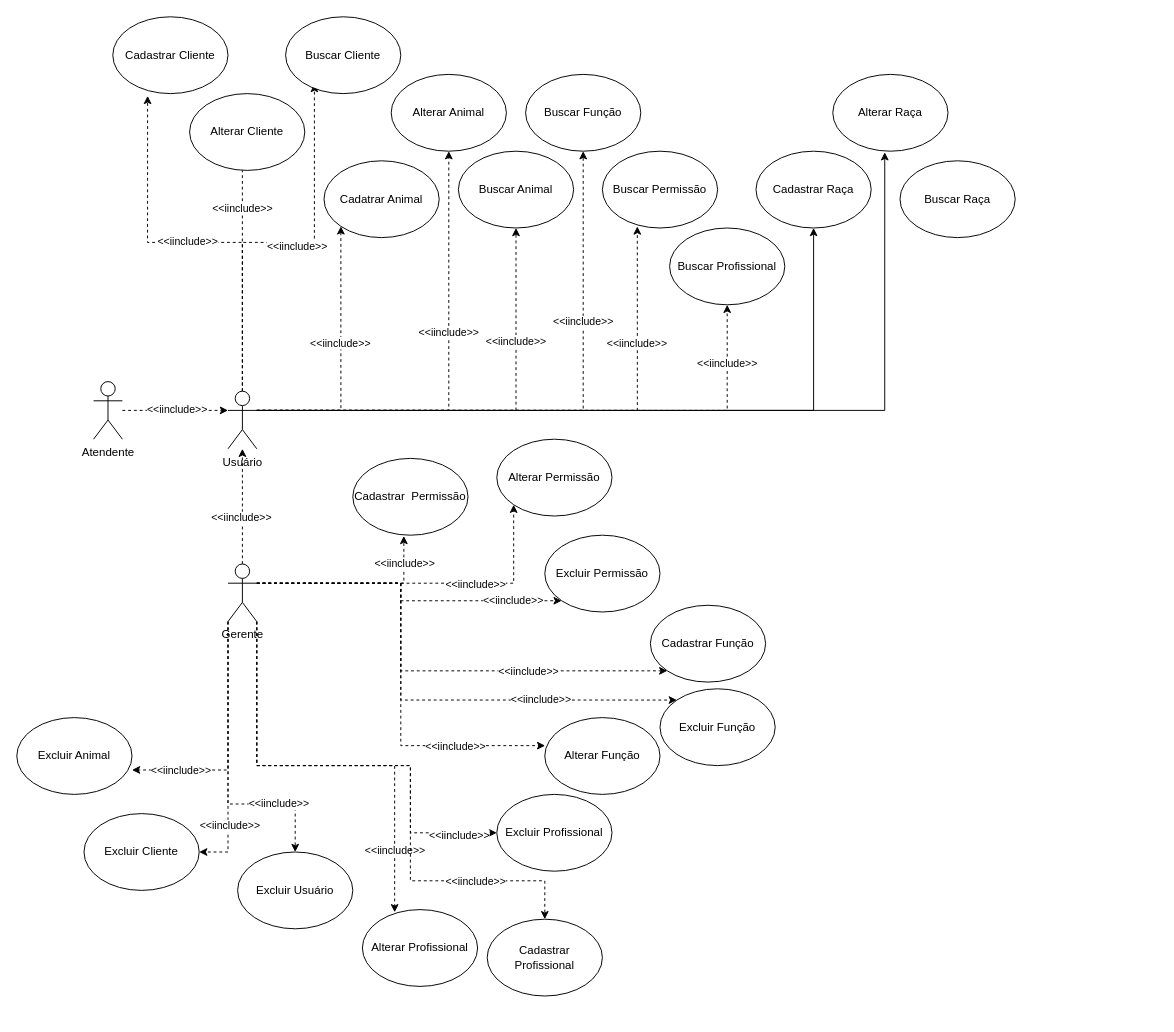
This is Diagrama sem nomeer.drawio from DimasMota/Teste, a draw.io file, before an edit. Source tidied: cells renumbered, new cells numbered last; positions are measured from the earlier drawing's top-left corner, leaving out a move shared by most shapes. Both pictures are drawn from the tidied source at 96%, with x=0, y=0 at pixel (16, 16).
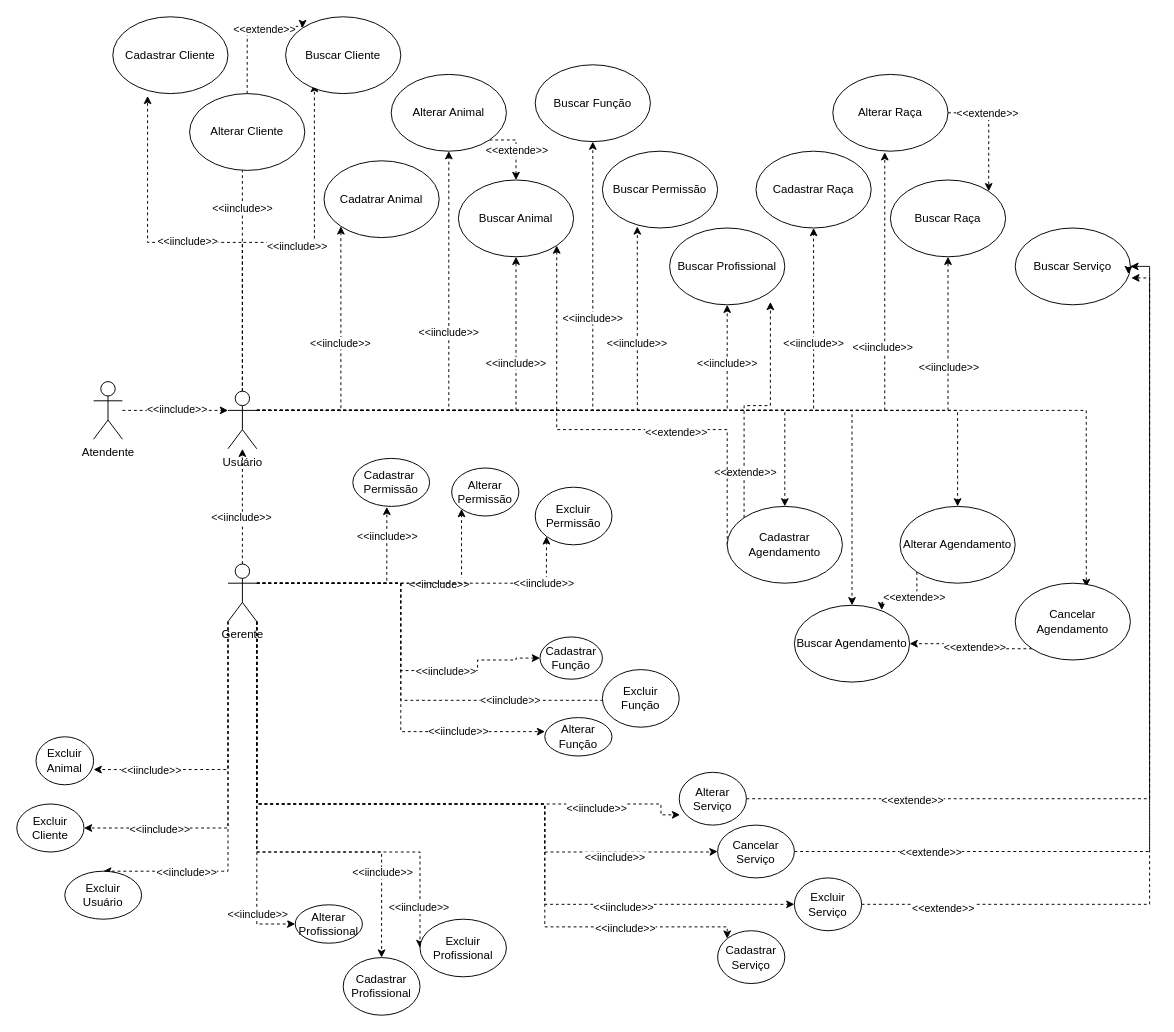
Above is the later version.

Unchanged cells that the change refers to:
```xml
<mxCell id="22" value="Usuário" style="shape=umlActor;verticalLabelPosition=bottom;verticalAlign=top;html=1;outlineConnect=0;" parent="1" vertex="1">
  <mxGeometry x="220" y="390" width="30" height="60" as="geometry" />
</mxCell>
<mxCell id="50" value="Gerente" style="shape=umlActor;verticalLabelPosition=bottom;verticalAlign=top;html=1;outlineConnect=0;" parent="1" vertex="1">
  <mxGeometry x="220" y="570" width="30" height="60" as="geometry" />
</mxCell>
<mxCell id="54" value="Alterar Cliente" style="ellipse;whiteSpace=wrap;html=1;" parent="1" vertex="1">
  <mxGeometry x="180" y="80" width="120" height="80" as="geometry" />
</mxCell>
<mxCell id="55" value="Buscar Cliente" style="ellipse;whiteSpace=wrap;html=1;" parent="1" vertex="1">
  <mxGeometry x="280" width="120" height="80" as="geometry" />
</mxCell>
<mxCell id="58" value="Alterar Animal" style="ellipse;whiteSpace=wrap;html=1;" parent="1" vertex="1">
  <mxGeometry x="390" y="60" width="120" height="80" as="geometry" />
</mxCell>
<mxCell id="72" value="Buscar Profissional" style="ellipse;whiteSpace=wrap;html=1;" parent="1" vertex="1">
  <mxGeometry x="680" y="220" width="120" height="80" as="geometry" />
</mxCell>
<mxCell id="74" value="Cadastrar Raça" style="ellipse;whiteSpace=wrap;html=1;" parent="1" vertex="1">
  <mxGeometry x="770" y="140" width="120" height="80" as="geometry" />
</mxCell>
<mxCell id="75" value="Alterar Raça" style="ellipse;whiteSpace=wrap;html=1;" parent="1" vertex="1">
  <mxGeometry x="850" y="60" width="120" height="80" as="geometry" />
</mxCell>
```

Diff of the diagram source:
```diff
@@
-    <mxCell id="20" style="edgeStyle=orthogonalEdgeStyle;rounded=0;jettySize=auto;html=1;exitX=1;exitY=0.3333333333333333;exitDx=0;exitDy=0;exitPerimeter=0;entryX=0.5;entryY=1;entryDx=0;entryDy=0;" parent="1" edge="1" source="22" target="74">
+    <mxCell id="20" style="edgeStyle=orthogonalEdgeStyle;rounded=0;jettySize=auto;html=1;exitX=1;exitY=0.3333333333333333;exitDx=0;exitDy=0;exitPerimeter=0;entryX=0.5;entryY=1;entryDx=0;entryDy=0;dashed=1;" parent="1" edge="1" source="22" target="74">
       <mxGeometry relative="1" as="geometry" />
     </mxCell>
+    <mxCell id="77" value="&amp;lt;&amp;lt;iinclude&amp;gt;&amp;gt;" style="edgeLabel;html=1;align=center;verticalAlign=middle;" parent="20" vertex="1">
+      <mxGeometry x="0.69" y="1" relative="1" as="geometry" />
+    </mxCell>
-    <mxCell id="21" style="edgeStyle=orthogonalEdgeStyle;rounded=0;jettySize=auto;html=1;exitX=1;exitY=0.3333333333333333;exitDx=0;exitDy=0;exitPerimeter=0;entryX=0.451;entryY=1.014;entryDx=0;entryDy=0;entryPerimeter=0;" parent="1" edge="1" source="22" target="75">
+    <mxCell id="21" style="edgeStyle=orthogonalEdgeStyle;rounded=0;jettySize=auto;html=1;exitX=1;exitY=0.3333333333333333;exitDx=0;exitDy=0;exitPerimeter=0;entryX=0.451;entryY=1.014;entryDx=0;entryDy=0;entryPerimeter=0;dashed=1;" parent="1" edge="1" source="22" target="75">
       <mxGeometry relative="1" as="geometry" />
     </mxCell>
+    <mxCell id="78" value="&amp;lt;&amp;lt;iinclude&amp;gt;&amp;gt;" style="edgeLabel;html=1;align=center;verticalAlign=middle;" parent="21" vertex="1">
+      <mxGeometry x="0.56" y="3" relative="1" as="geometry" />
+    </mxCell>
+    <mxCell id="79" style="edgeStyle=orthogonalEdgeStyle;rounded=0;jettySize=auto;html=1;exitX=1;exitY=0.3333333333333333;exitDx=0;exitDy=0;exitPerimeter=0;entryX=0.5;entryY=1;entryDx=0;entryDy=0;dashed=1;" parent="1" edge="1" source="22" target="76">
+      <mxGeometry relative="1" as="geometry" />
+    </mxCell>
+    <mxCell id="80" value="&amp;lt;&amp;lt;iinclude&amp;gt;&amp;gt;" style="edgeLabel;html=1;align=center;verticalAlign=middle;" parent="79" vertex="1">
+      <mxGeometry x="0.74" relative="1" as="geometry" />
+    </mxCell>
+    <mxCell id="81" style="edgeStyle=orthogonalEdgeStyle;rounded=0;jettySize=auto;html=1;exitX=1;exitY=0.3333333333333333;exitDx=0;exitDy=0;exitPerimeter=0;entryX=0.5;entryY=0;entryDx=0;entryDy=0;dashed=1;" parent="1" edge="1" source="22" target="104">
+      <mxGeometry relative="1" as="geometry" />
+    </mxCell>
+    <mxCell id="82" style="edgeStyle=orthogonalEdgeStyle;rounded=0;jettySize=auto;html=1;exitX=1;exitY=0.3333333333333333;exitDx=0;exitDy=0;exitPerimeter=0;entryX=0.5;entryY=0;entryDx=0;entryDy=0;dashed=1;" parent="1" edge="1" source="22" target="99">
+      <mxGeometry relative="1" as="geometry" />
+    </mxCell>
+    <mxCell id="83" style="edgeStyle=orthogonalEdgeStyle;rounded=0;jettySize=auto;html=1;exitX=1;exitY=0.3333333333333333;exitDx=0;exitDy=0;exitPerimeter=0;entryX=0.5;entryY=0;entryDx=0;entryDy=0;dashed=1;" parent="1" edge="1" source="22" target="107">
+      <mxGeometry relative="1" as="geometry" />
+    </mxCell>
+    <mxCell id="84" style="edgeStyle=orthogonalEdgeStyle;rounded=0;jettySize=auto;html=1;exitX=1;exitY=0.3333333333333333;exitDx=0;exitDy=0;exitPerimeter=0;entryX=0.617;entryY=0.05;entryDx=0;entryDy=0;entryPerimeter=0;dashed=1;" parent="1" edge="1" source="22" target="110">
+      <mxGeometry relative="1" as="geometry" />
+    </mxCell>
@@
     <mxCell id="28" style="edgeStyle=orthogonalEdgeStyle;rounded=0;jettySize=auto;html=1;exitX=0;exitY=1;exitDx=0;exitDy=0;exitPerimeter=0;entryX=0.5;entryY=0;entryDx=0;entryDy=0;dashed=1;" parent="1" edge="1" source="50" target="62">
       <mxGeometry relative="1" as="geometry">
         <Array as="points">
-          <mxPoint x="220" y="820" />
-          <mxPoint x="290" y="820" />
+          <mxPoint x="220" y="890" />
         </Array>
       </mxGeometry>
     </mxCell>
@@
-    <mxCell id="30" style="edgeStyle=orthogonalEdgeStyle;rounded=0;jettySize=auto;html=1;exitX=1;exitY=1;exitDx=0;exitDy=0;exitPerimeter=0;entryX=0.28;entryY=0.035;entryDx=0;entryDy=0;entryPerimeter=0;dashed=1;" parent="1" edge="1" source="50" target="71">
-      <mxGeometry relative="1" as="geometry" />
+    <mxCell id="30" style="edgeStyle=orthogonalEdgeStyle;rounded=0;jettySize=auto;html=1;exitX=1;exitY=1;exitDx=0;exitDy=0;exitPerimeter=0;entryX=0;entryY=0.5;entryDx=0;entryDy=0;dashed=1;" parent="1" edge="1" source="50" target="71">
+      <mxGeometry relative="1" as="geometry">
+        <Array as="points">
+          <mxPoint x="250" y="945" />
+        </Array>
+      </mxGeometry>
     </mxCell>
@@
     <mxCell id="32" style="edgeStyle=orthogonalEdgeStyle;rounded=0;jettySize=auto;html=1;exitX=1;exitY=1;exitDx=0;exitDy=0;exitPerimeter=0;dashed=1;entryX=0.5;entryY=0;entryDx=0;entryDy=0;" parent="1" edge="1" source="50" target="73">
       <mxGeometry relative="1" as="geometry">
         <Array as="points">
-          <mxPoint x="250" y="780" />
-          <mxPoint x="410" y="780" />
-          <mxPoint x="410" y="900" />
-          <mxPoint x="550" y="900" />
+          <mxPoint x="250" y="870" />
+          <mxPoint x="380" y="870" />
         </Array>
       </mxGeometry>
     </mxCell>
@@
     <mxCell id="34" style="edgeStyle=orthogonalEdgeStyle;rounded=0;jettySize=auto;html=1;exitX=1;exitY=1;exitDx=0;exitDy=0;exitPerimeter=0;entryX=0;entryY=0.5;entryDx=0;entryDy=0;dashed=1;" parent="1" edge="1" source="50" target="61">
       <mxGeometry relative="1" as="geometry">
         <Array as="points">
-          <mxPoint x="250" y="780" />
-          <mxPoint x="410" y="780" />
-          <mxPoint x="410" y="850" />
+          <mxPoint x="250" y="870" />
+          <mxPoint x="420" y="870" />
         </Array>
       </mxGeometry>
     </mxCell>
@@
-    <mxCell id="40" style="edgeStyle=orthogonalEdgeStyle;rounded=0;jettySize=auto;html=1;exitX=1;exitY=0.3333333333333333;exitDx=0;exitDy=0;exitPerimeter=0;entryX=0;entryY=1;entryDx=0;entryDy=0;dashed=1;" parent="1" edge="1" source="50" target="70">
+    <mxCell id="40" style="edgeStyle=orthogonalEdgeStyle;rounded=0;jettySize=auto;html=1;exitX=1;exitY=0.3333333333333333;exitDx=0;exitDy=0;exitPerimeter=0;entryX=0;entryY=0.5;entryDx=0;entryDy=0;dashed=1;" parent="1" edge="1" source="50" target="70">
       <mxGeometry relative="1" as="geometry">
         <Array as="points">
           <mxPoint x="400" y="590" />
           <mxPoint x="400" y="681" />
+          <mxPoint x="480" y="681" />
+          <mxPoint x="480" y="670" />
+          <mxPoint x="520" y="670" />
         </Array>
       </mxGeometry>
     </mxCell>
@@
+    <mxCell id="85" style="edgeStyle=orthogonalEdgeStyle;rounded=0;jettySize=auto;html=1;exitX=1;exitY=1;exitDx=0;exitDy=0;exitPerimeter=0;entryX=0;entryY=0;entryDx=0;entryDy=0;dashed=1;" parent="1" edge="1" source="50" target="111">
+      <mxGeometry relative="1" as="geometry">
+        <Array as="points">
+          <mxPoint x="250" y="820" />
+          <mxPoint x="550" y="820" />
+          <mxPoint x="550" y="948" />
+        </Array>
+      </mxGeometry>
+    </mxCell>
+    <mxCell id="86" value="&amp;lt;&amp;lt;iinclude&amp;gt;&amp;gt;" style="edgeLabel;html=1;align=center;verticalAlign=middle;" parent="85" vertex="1">
+      <mxGeometry x="0.71" y="-1" relative="1" as="geometry" />
+    </mxCell>
+    <mxCell id="87" style="edgeStyle=orthogonalEdgeStyle;rounded=0;jettySize=auto;html=1;exitX=1;exitY=1;exitDx=0;exitDy=0;exitPerimeter=0;entryX=0.013;entryY=0.805;entryDx=0;entryDy=0;entryPerimeter=0;dashed=1;" parent="1" edge="1" source="50" target="115">
+      <mxGeometry relative="1" as="geometry">
+        <Array as="points">
+          <mxPoint x="250" y="820" />
+          <mxPoint x="671" y="820" />
+        </Array>
+      </mxGeometry>
+    </mxCell>
+    <mxCell id="88" value="&amp;lt;&amp;lt;iinclude&amp;gt;&amp;gt;" style="edgeLabel;html=1;align=center;verticalAlign=middle;" parent="87" vertex="1">
+      <mxGeometry x="0.69" y="-4" relative="1" as="geometry" />
+    </mxCell>
+    <mxCell id="89" style="edgeStyle=orthogonalEdgeStyle;rounded=0;jettySize=auto;html=1;exitX=1;exitY=1;exitDx=0;exitDy=0;exitPerimeter=0;entryX=0;entryY=0.5;entryDx=0;entryDy=0;dashed=1;" parent="1" edge="1" source="50" target="121">
+      <mxGeometry relative="1" as="geometry">
+        <Array as="points">
+          <mxPoint x="250" y="820" />
+          <mxPoint x="550" y="820" />
+          <mxPoint x="550" y="870" />
+          <mxPoint x="720" y="870" />
+        </Array>
+      </mxGeometry>
+    </mxCell>
+    <mxCell id="90" value="&amp;lt;&amp;lt;iinclude&amp;gt;&amp;gt;" style="edgeLabel;html=1;align=center;verticalAlign=middle;" parent="89" vertex="1">
+      <mxGeometry x="0.7" y="-5" relative="1" as="geometry" />
+    </mxCell>
+    <mxCell id="91" style="edgeStyle=orthogonalEdgeStyle;rounded=0;jettySize=auto;html=1;exitX=1;exitY=1;exitDx=0;exitDy=0;exitPerimeter=0;entryX=0;entryY=0.5;entryDx=0;entryDy=0;dashed=1;" parent="1" edge="1" source="50" target="118">
+      <mxGeometry relative="1" as="geometry">
+        <Array as="points">
+          <mxPoint x="250" y="820" />
+          <mxPoint x="550" y="820" />
+          <mxPoint x="550" y="925" />
+        </Array>
+      </mxGeometry>
+    </mxCell>
+    <mxCell id="92" value="&amp;lt;&amp;lt;iinclude&amp;gt;&amp;gt;" style="edgeLabel;html=1;align=center;verticalAlign=middle;" parent="91" vertex="1">
+      <mxGeometry x="0.58" y="-2" relative="1" as="geometry">
+        <mxPoint x="1" y="1" as="offset" />
+      </mxGeometry>
+    </mxCell>
@@
+    <mxCell id="93" style="edgeStyle=orthogonalEdgeStyle;rounded=0;jettySize=auto;html=1;exitX=0.5;exitY=0;exitDx=0;exitDy=0;entryX=0;entryY=0;entryDx=0;entryDy=0;dashed=1;" parent="1" edge="1" source="54" target="55">
+      <mxGeometry relative="1" as="geometry">
+        <Array as="points">
+          <mxPoint x="240" y="10" />
+          <mxPoint x="298" y="10" />
+        </Array>
+      </mxGeometry>
+    </mxCell>
+    <mxCell id="94" value="&amp;lt;&amp;lt;extende&amp;gt;&amp;gt;" style="edgeLabel;html=1;align=center;verticalAlign=middle;" parent="93" vertex="1">
+      <mxGeometry x="0.35" y="-2" relative="1" as="geometry" />
+    </mxCell>
@@
     <mxCell id="56" value="Excluir Cliente" style="ellipse;whiteSpace=wrap;html=1;" parent="1" vertex="1">
-      <mxGeometry x="70" y="830" width="120" height="80" as="geometry" />
+      <mxGeometry y="820" width="70" height="50" as="geometry" />
     </mxCell>
@@
+    <mxCell id="95" style="edgeStyle=orthogonalEdgeStyle;rounded=0;jettySize=auto;html=1;exitX=1;exitY=1;exitDx=0;exitDy=0;entryX=0.5;entryY=0;entryDx=0;entryDy=0;dashed=1;" parent="1" edge="1" source="58" target="59">
+      <mxGeometry relative="1" as="geometry">
+        <Array as="points">
+          <mxPoint x="520" y="128" />
+        </Array>
+      </mxGeometry>
+    </mxCell>
+    <mxCell id="96" value="&amp;lt;&amp;lt;extende&amp;gt;&amp;gt;" style="edgeLabel;html=1;align=center;verticalAlign=middle;" parent="95" vertex="1">
+      <mxGeometry x="0.1" relative="1" as="geometry" />
+    </mxCell>
@@
     <mxCell id="59" value="Buscar Animal" style="ellipse;whiteSpace=wrap;html=1;" parent="1" vertex="1">
-      <mxGeometry x="460" y="140" width="120" height="80" as="geometry" />
+      <mxGeometry x="460" y="170" width="120" height="80" as="geometry" />
     </mxCell>
     <mxCell id="60" value="Excluir Animal" style="ellipse;whiteSpace=wrap;html=1;" parent="1" vertex="1">
-      <mxGeometry y="730" width="120" height="80" as="geometry" />
+      <mxGeometry x="20" y="750" width="60" height="50" as="geometry" />
     </mxCell>
     <mxCell id="61" value="Excluir Profissional" style="ellipse;whiteSpace=wrap;html=1;" parent="1" vertex="1">
-      <mxGeometry x="500" y="810" width="120" height="80" as="geometry" />
+      <mxGeometry x="420" y="940" width="90" height="60" as="geometry" />
     </mxCell>
     <mxCell id="62" value="Excluir Usuário" style="ellipse;whiteSpace=wrap;html=1;" parent="1" vertex="1">
-      <mxGeometry x="230" y="870" width="120" height="80" as="geometry" />
+      <mxGeometry x="50" y="890" width="80" height="50" as="geometry" />
     </mxCell>
     <mxCell id="63" value="Excluir Permissão" style="ellipse;whiteSpace=wrap;html=1;" parent="1" vertex="1">
-      <mxGeometry x="550" y="540" width="120" height="80" as="geometry" />
+      <mxGeometry x="540" y="490" width="80" height="60" as="geometry" />
     </mxCell>
     <mxCell id="64" value="Excluir Função" style="ellipse;whiteSpace=wrap;html=1;" parent="1" vertex="1">
-      <mxGeometry x="670" y="700" width="120" height="80" as="geometry" />
+      <mxGeometry x="610" y="680" width="80" height="60" as="geometry" />
     </mxCell>
     <mxCell id="65" value="Alterar Permissão" style="ellipse;whiteSpace=wrap;html=1;" parent="1" vertex="1">
-      <mxGeometry x="500" y="440" width="120" height="80" as="geometry" />
+      <mxGeometry x="453" y="470" width="70" height="50" as="geometry" />
     </mxCell>
@@
     <mxCell id="67" value="Cadastrar&amp;nbsp; Permissão" style="ellipse;whiteSpace=wrap;html=1;" parent="1" vertex="1">
-      <mxGeometry x="350" y="460" width="120" height="80" as="geometry" />
+      <mxGeometry x="350" y="460" width="80" height="50" as="geometry" />
     </mxCell>
     <mxCell id="68" value="Alterar Função" style="ellipse;whiteSpace=wrap;html=1;" parent="1" vertex="1">
-      <mxGeometry x="550" y="730" width="120" height="80" as="geometry" />
+      <mxGeometry x="550" y="730" width="70" height="40" as="geometry" />
     </mxCell>
     <mxCell id="69" value="Buscar Função" style="ellipse;whiteSpace=wrap;html=1;" parent="1" vertex="1">
-      <mxGeometry x="530" y="60" width="120" height="80" as="geometry" />
+      <mxGeometry x="540" y="50" width="120" height="80" as="geometry" />
     </mxCell>
     <mxCell id="70" value="Cadastrar Função" style="ellipse;whiteSpace=wrap;html=1;" parent="1" vertex="1">
-      <mxGeometry x="660" y="613" width="120" height="80" as="geometry" />
+      <mxGeometry x="545" y="646" width="65" height="44" as="geometry" />
     </mxCell>
     <mxCell id="71" value="Alterar Profissional" style="ellipse;whiteSpace=wrap;html=1;" parent="1" vertex="1">
-      <mxGeometry x="360" y="930" width="120" height="80" as="geometry" />
+      <mxGeometry x="290" y="925" width="70" height="40" as="geometry" />
     </mxCell>
@@
     <mxCell id="73" value="Cadastrar Profissional" style="ellipse;whiteSpace=wrap;html=1;" parent="1" vertex="1">
-      <mxGeometry x="490" y="940" width="120" height="80" as="geometry" />
+      <mxGeometry x="340" y="980" width="80" height="60" as="geometry" />
     </mxCell>
@@
+    <mxCell id="97" style="edgeStyle=orthogonalEdgeStyle;rounded=0;jettySize=auto;html=1;exitX=1;exitY=0.5;exitDx=0;exitDy=0;entryX=1;entryY=0;entryDx=0;entryDy=0;dashed=1;" parent="1" edge="1" source="75" target="76">
+      <mxGeometry relative="1" as="geometry" />
+    </mxCell>
+    <mxCell id="98" value="&amp;lt;&amp;lt;extende&amp;gt;&amp;gt;" style="edgeLabel;html=1;align=center;verticalAlign=middle;" parent="97" vertex="1">
+      <mxGeometry x="-0.3" y="-2" relative="1" as="geometry" />
+    </mxCell>
@@
     <mxCell id="76" value="Buscar Raça" style="ellipse;whiteSpace=wrap;html=1;" parent="1" vertex="1">
-      <mxGeometry x="920" y="150" width="120" height="80" as="geometry" />
+      <mxGeometry x="910" y="170" width="120" height="80" as="geometry" />
     </mxCell>
+    <mxCell id="99" value="Buscar Agendamento" style="ellipse;whiteSpace=wrap;html=1;" parent="1" vertex="1">
+      <mxGeometry x="810" y="613" width="120" height="80" as="geometry" />
+    </mxCell>
+    <mxCell id="100" style="edgeStyle=orthogonalEdgeStyle;rounded=0;jettySize=auto;html=1;exitX=0;exitY=0;exitDx=0;exitDy=0;dashed=1;entryX=0.875;entryY=0.963;entryDx=0;entryDy=0;entryPerimeter=0;" parent="1" edge="1" source="104" target="72">
+      <mxGeometry relative="1" as="geometry" />
+    </mxCell>
+    <mxCell id="101" value="&amp;lt;&amp;lt;extende&amp;gt;&amp;gt;" style="edgeLabel;html=1;align=center;verticalAlign=middle;" parent="100" vertex="1">
+      <mxGeometry x="-0.63" y="-1" relative="1" as="geometry" />
+    </mxCell>
+    <mxCell id="102" style="edgeStyle=orthogonalEdgeStyle;rounded=0;jettySize=auto;html=1;exitX=0;exitY=0.5;exitDx=0;exitDy=0;entryX=1;entryY=1;entryDx=0;entryDy=0;dashed=1;" parent="1" edge="1" source="104" target="59">
+      <mxGeometry relative="1" as="geometry">
+        <Array as="points">
+          <mxPoint x="740" y="430" />
+          <mxPoint x="562" y="430" />
+        </Array>
+      </mxGeometry>
+    </mxCell>
+    <mxCell id="103" value="&amp;lt;&amp;lt;extende&amp;gt;&amp;gt;" style="edgeLabel;html=1;align=center;verticalAlign=middle;" parent="102" vertex="1">
+      <mxGeometry x="-0.29" y="2" relative="1" as="geometry" />
+    </mxCell>
+    <mxCell id="104" value="Cadastrar Agendamento" style="ellipse;whiteSpace=wrap;html=1;" parent="1" vertex="1">
+      <mxGeometry x="740" y="510" width="120" height="80" as="geometry" />
+    </mxCell>
+    <mxCell id="105" style="edgeStyle=orthogonalEdgeStyle;rounded=0;jettySize=auto;html=1;exitX=0;exitY=1;exitDx=0;exitDy=0;entryX=0.758;entryY=0.063;entryDx=0;entryDy=0;entryPerimeter=0;dashed=1;" parent="1" edge="1" source="107" target="99">
+      <mxGeometry relative="1" as="geometry" />
+    </mxCell>
+    <mxCell id="106" value="&amp;lt;&amp;lt;extende&amp;gt;&amp;gt;" style="edgeLabel;html=1;align=center;verticalAlign=middle;" parent="105" vertex="1">
+      <mxGeometry x="-0.33" y="-3" relative="1" as="geometry" />
+    </mxCell>
+    <mxCell id="107" value="Alterar Agendamento" style="ellipse;whiteSpace=wrap;html=1;" parent="1" vertex="1">
+      <mxGeometry x="920" y="510" width="120" height="80" as="geometry" />
+    </mxCell>
+    <mxCell id="108" style="edgeStyle=orthogonalEdgeStyle;rounded=0;jettySize=auto;html=1;exitX=0;exitY=1;exitDx=0;exitDy=0;entryX=1;entryY=0.5;entryDx=0;entryDy=0;dashed=1;" parent="1" edge="1" source="110" target="99">
+      <mxGeometry relative="1" as="geometry" />
+    </mxCell>
+    <mxCell id="109" value="&amp;lt;&amp;lt;extende&amp;gt;&amp;gt;" style="edgeLabel;html=1;align=center;verticalAlign=middle;" parent="108" vertex="1">
+      <mxGeometry x="-0.09" y="-2" relative="1" as="geometry" />
+    </mxCell>
+    <mxCell id="110" value="Cancelar Agendamento" style="ellipse;whiteSpace=wrap;html=1;" parent="1" vertex="1">
+      <mxGeometry x="1040" y="590" width="120" height="80" as="geometry" />
+    </mxCell>
+    <mxCell id="111" value="Cadastrar Serviço" style="ellipse;whiteSpace=wrap;html=1;" parent="1" vertex="1">
+      <mxGeometry x="730" y="952" width="70" height="55" as="geometry" />
+    </mxCell>
+    <mxCell id="112" value="Buscar Serviço" style="ellipse;whiteSpace=wrap;html=1;" parent="1" vertex="1">
+      <mxGeometry x="1040" y="220" width="120" height="80" as="geometry" />
+    </mxCell>
+    <mxCell id="113" style="edgeStyle=orthogonalEdgeStyle;rounded=0;jettySize=auto;html=1;exitX=1;exitY=0.5;exitDx=0;exitDy=0;entryX=1.008;entryY=0.65;entryDx=0;entryDy=0;entryPerimeter=0;dashed=1;" parent="1" edge="1" source="115" target="112">
+      <mxGeometry relative="1" as="geometry" />
+    </mxCell>
+    <mxCell id="114" value="&amp;lt;&amp;lt;extende&amp;gt;&amp;gt;" style="edgeLabel;html=1;align=center;verticalAlign=middle;" parent="113" vertex="1">
+      <mxGeometry x="-0.65" relative="1" as="geometry">
+        <mxPoint y="1" as="offset" />
+      </mxGeometry>
+    </mxCell>
+    <mxCell id="115" value="Alterar Serviço" style="ellipse;whiteSpace=wrap;html=1;" parent="1" vertex="1">
+      <mxGeometry x="690" y="787" width="70" height="55" as="geometry" />
+    </mxCell>
+    <mxCell id="116" style="edgeStyle=orthogonalEdgeStyle;rounded=0;jettySize=auto;html=1;entryX=1;entryY=0.5;entryDx=0;entryDy=0;dashed=1;" parent="1" edge="1" source="118" target="112">
+      <mxGeometry relative="1" as="geometry" />
+    </mxCell>
+    <mxCell id="117" value="&amp;lt;&amp;lt;extende&amp;gt;&amp;gt;" style="edgeLabel;html=1;align=center;verticalAlign=middle;" parent="116" vertex="1">
+      <mxGeometry x="-0.83" y="-3" relative="1" as="geometry">
+        <mxPoint y="1" as="offset" />
+      </mxGeometry>
+    </mxCell>
+    <mxCell id="118" value="Excluir Serviço" style="ellipse;whiteSpace=wrap;html=1;" parent="1" vertex="1">
+      <mxGeometry x="810" y="897" width="70" height="55" as="geometry" />
+    </mxCell>
+    <mxCell id="119" style="edgeStyle=orthogonalEdgeStyle;rounded=0;jettySize=auto;html=1;entryX=0.983;entryY=0.6;entryDx=0;entryDy=0;entryPerimeter=0;dashed=1;" parent="1" edge="1" source="121" target="112">
+      <mxGeometry relative="1" as="geometry">
+        <Array as="points">
+          <mxPoint x="1180" y="870" />
+          <mxPoint x="1180" y="260" />
+          <mxPoint x="1158" y="260" />
+        </Array>
+      </mxGeometry>
+    </mxCell>
+    <mxCell id="120" value="&amp;lt;&amp;lt;extende&amp;gt;&amp;gt;" style="edgeLabel;html=1;align=center;verticalAlign=middle;" parent="119" vertex="1">
+      <mxGeometry x="-0.72" relative="1" as="geometry">
+        <mxPoint y="1" as="offset" />
+      </mxGeometry>
+    </mxCell>
+    <mxCell id="121" value="Cancelar Serviço" style="ellipse;whiteSpace=wrap;html=1;" parent="1" vertex="1">
+      <mxGeometry x="730" y="842" width="80" height="55" as="geometry" />
+    </mxCell>
```
